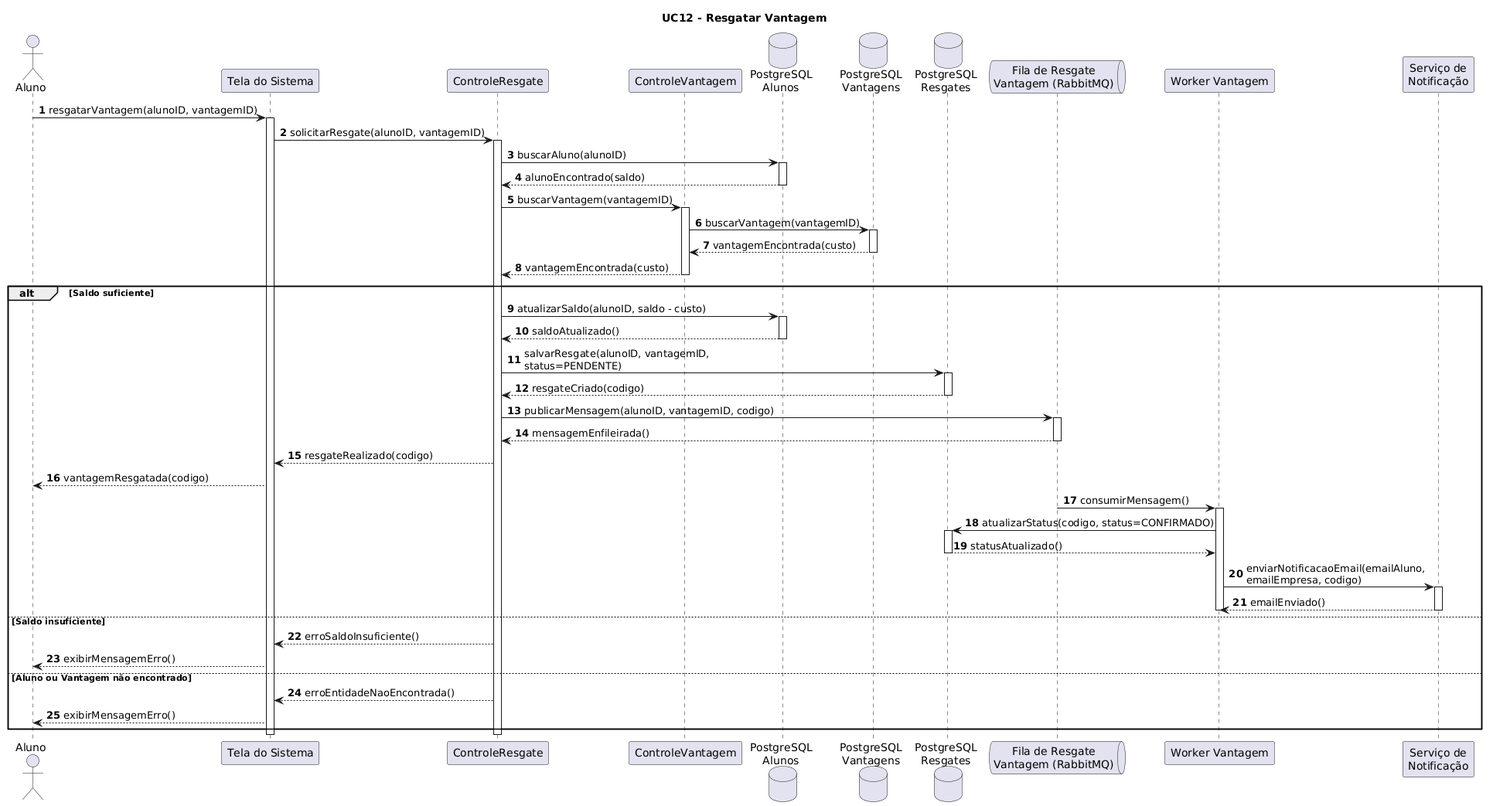
Earlier version of the PlantUML export docs/diagrams/sequence-diagram/images/uc-12.png (arturbomtempo-dev/lumen-coin).
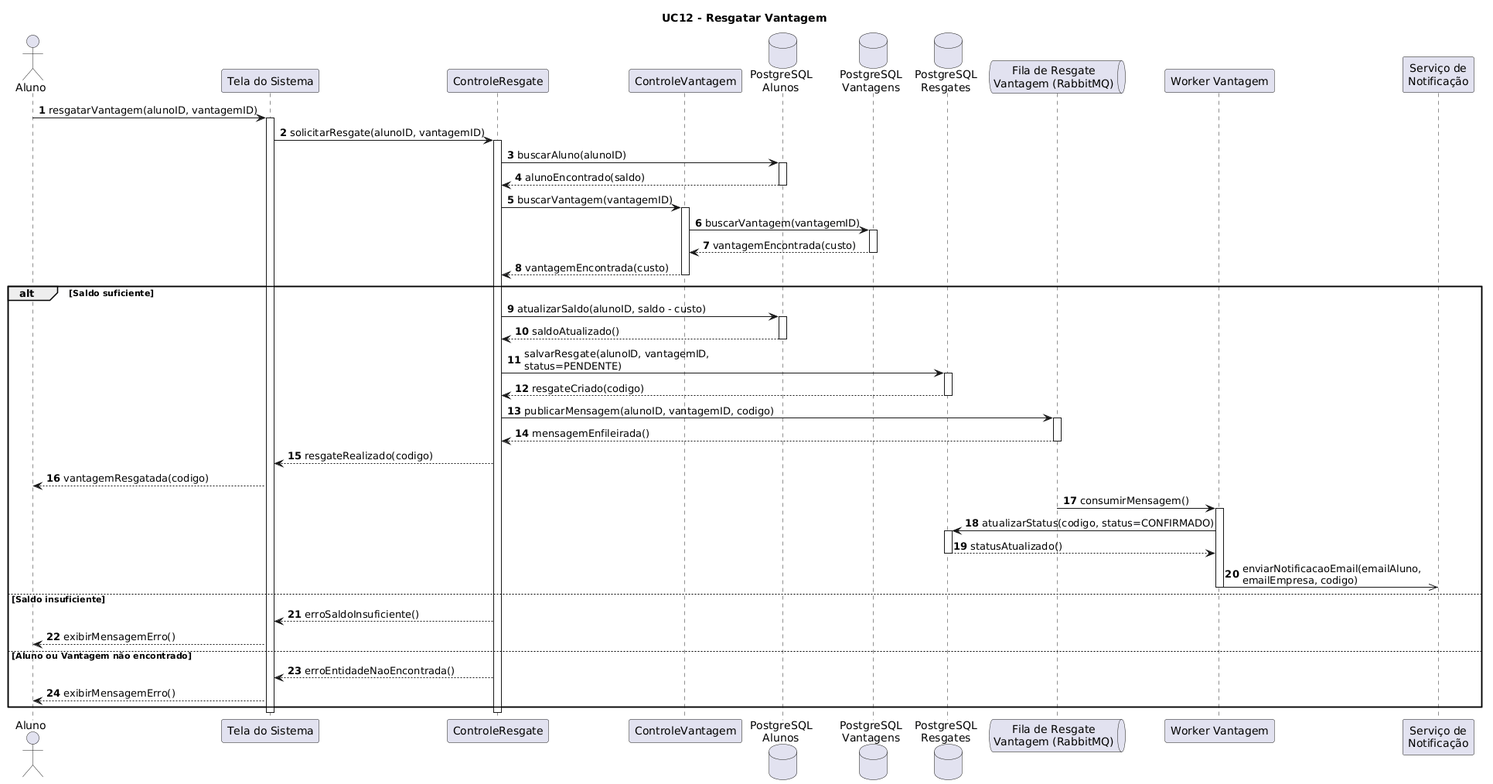
The same file after the commit.

What changed in the source:
```diff
@@ -59,10 +59,7 @@
     DBResgate --> WV : statusAtualizado()
     deactivate DBResgate
 
-    WV -> SN : enviarNotificacaoEmail(emailAluno,\nemailEmpresa, codigo)
-    activate SN
-    SN --> WV : emailEnviado()
-    deactivate SN
+    WV ->> SN : enviarNotificacaoEmail(emailAluno,\nemailEmpresa, codigo)
     deactivate WV
 else Saldo insuficiente
     CR --> Tela : erroSaldoInsuficiente()
```
